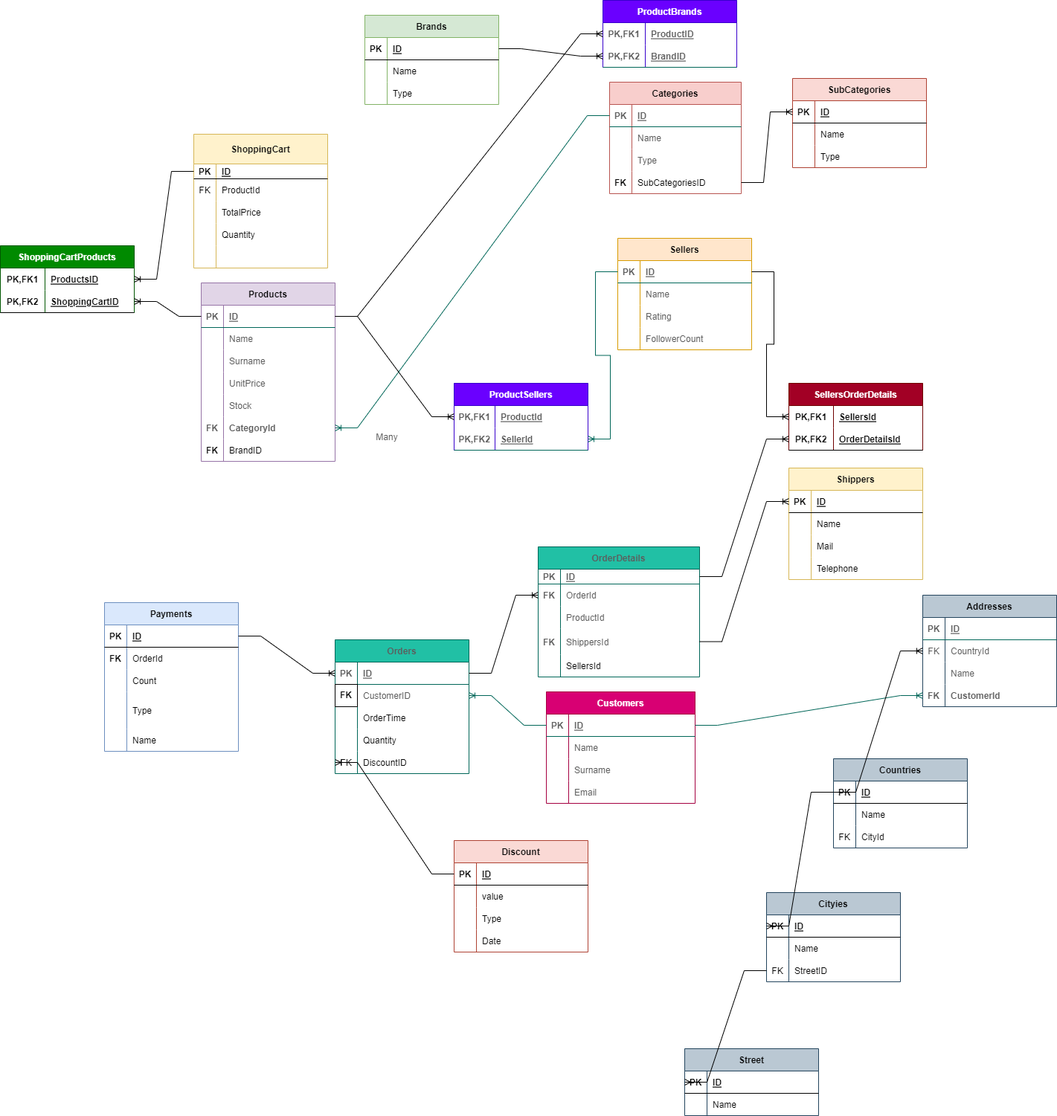
The draw.io diagram Untitled Diagram.drawio (1).drawio.png in Sedatkus/ma-n, before a commit. Source tidied: cells renumbered, new cells last; positions are measured from the earlier drawing's top-left corner, leaving out a move shared by most shapes.
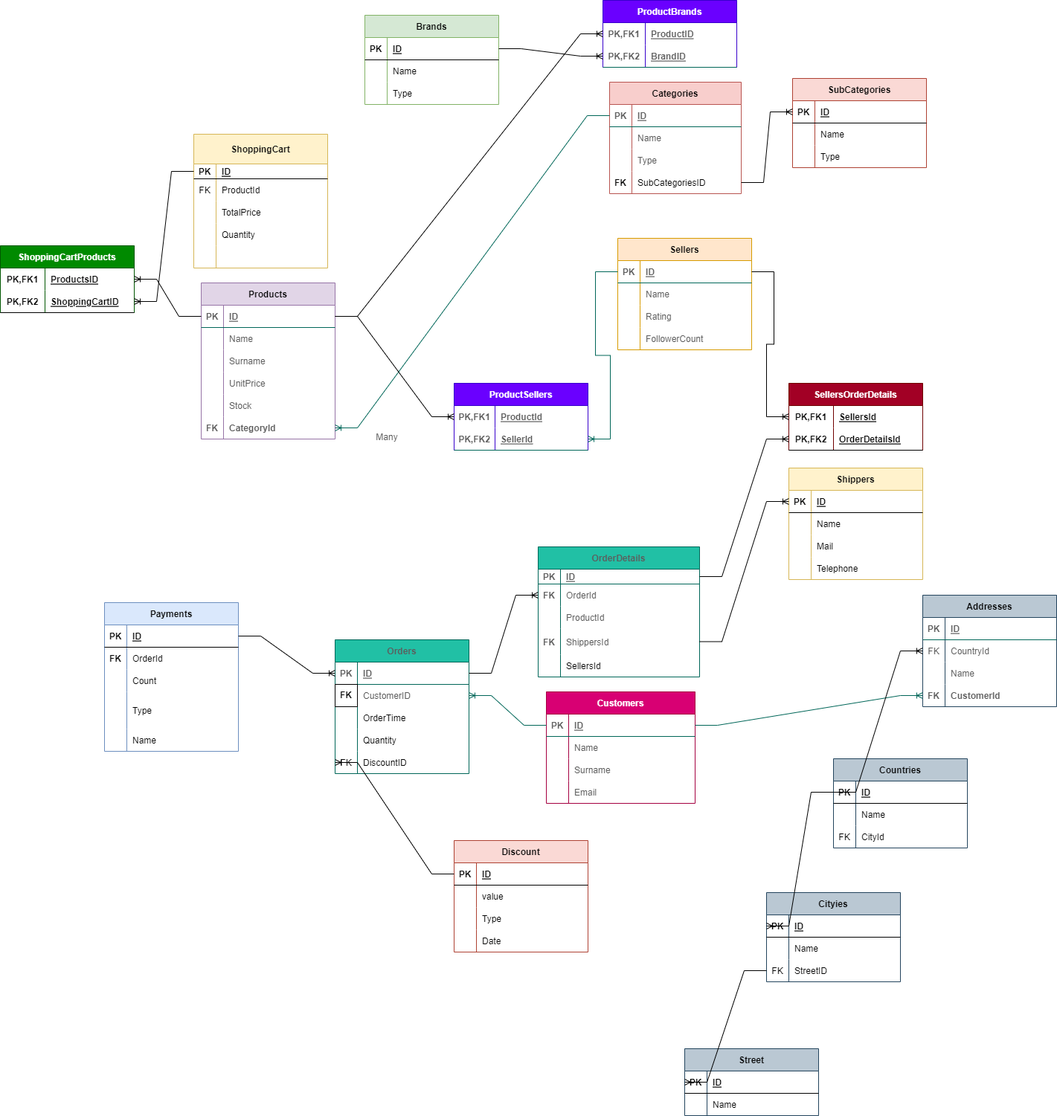
The same diagram one commit later.

The edit, as a diff of the source:
```diff
@@ -3,7 +3,7 @@
     <mxCell id="0" />
     <mxCell id="1" parent="0" />
     <mxCell id="2" value="Products" style="shape=table;startSize=30;rowLines=0;fontStyle=1;align=center;strokeColor=#9673a6;fillColor=#e1d5e7;" parent="1" vertex="1">
-      <mxGeometry x="270" y="380" width="180" height="240" as="geometry" />
+      <mxGeometry x="270" y="380" width="180" height="210" as="geometry" />
     </mxCell>
     <mxCell id="3" style="shape=tableRow;horizontal=0;startSize=0;swimlaneHead=0;swimlaneBody=0;fillColor=none;points=[[0,0.5],[1,0.5]];portConstraint=eastwest;top=0;left=0;right=0;bottom=1;strokeColor=#006658;fontColor=#5C5C5C;" parent="2" vertex="1">
       <mxGeometry y="30" width="180" height="30" as="geometry" />
@@ -59,15 +59,6 @@
     <mxCell id="20" value="CategoryId" style="shape=partialRectangle;fillColor=none;top=0;left=0;bottom=0;right=0;align=left;spacingLeft=6;overflow=hidden;fontStyle=1;strokeColor=#006658;fontColor=#5C5C5C;" parent="18" vertex="1">
       <mxGeometry x="30" width="150" height="30" as="geometry" />
     </mxCell>
-    <mxCell id="21" style="shape=tableRow;horizontal=0;startSize=0;swimlaneHead=0;swimlaneBody=0;fillColor=none;top=0;left=0;right=0;bottom=0;" parent="2" vertex="1">
-      <mxGeometry y="210" width="180" height="30" as="geometry" />
-    </mxCell>
-    <mxCell id="22" value="FK" style="shape=partialRectangle;fillColor=none;top=0;left=0;bottom=0;right=0;fontStyle=1;overflow=hidden;" parent="21" vertex="1">
-      <mxGeometry width="30" height="30" as="geometry" />
-    </mxCell>
-    <mxCell id="23" value="BrandID" style="shape=partialRectangle;fillColor=none;top=0;left=0;bottom=0;right=0;align=left;spacingLeft=6;fontStyle=0;overflow=hidden;" parent="21" vertex="1">
-      <mxGeometry x="30" width="150" height="30" as="geometry" />
-    </mxCell>
     <mxCell id="24" value="Categories" style="shape=table;startSize=30;rowLines=0;fontStyle=1;align=center;strokeColor=#b85450;fillColor=#f8cecc;" parent="1" vertex="1">
       <mxGeometry x="819" y="110" width="177" height="150" as="geometry" />
     </mxCell>
@@ -773,10 +764,10 @@
     <mxCell id="257" value="ShoppingCartID" style="shape=partialRectangle;fillColor=none;top=0;left=0;bottom=0;right=0;align=left;spacingLeft=6;fontStyle=5;overflow=hidden;" parent="255" vertex="1">
       <mxGeometry x="60" width="120" height="30" as="geometry" />
     </mxCell>
-    <mxCell id="258" style="edgeStyle=entityRelationEdgeStyle;fontSize=12;html=1;endArrow=ERoneToMany;rounded=0;entryX=1;entryY=0.5;entryDx=0;entryDy=0;exitX=0;exitY=0.5;exitDx=0;exitDy=0;" parent="1" edge="1" source="173" target="252">
+    <mxCell id="258" style="edgeStyle=entityRelationEdgeStyle;fontSize=12;html=1;endArrow=ERoneToMany;rounded=0;entryX=1;entryY=0.5;entryDx=0;entryDy=0;exitX=0;exitY=0.5;exitDx=0;exitDy=0;" parent="1" edge="1" source="173" target="255">
       <mxGeometry relative="1" as="geometry" />
     </mxCell>
-    <mxCell id="259" style="edgeStyle=entityRelationEdgeStyle;fontSize=12;html=1;endArrow=ERoneToMany;rounded=0;entryX=1;entryY=0.5;entryDx=0;entryDy=0;exitX=0;exitY=0.5;exitDx=0;exitDy=0;" parent="1" edge="1" source="3" target="255">
+    <mxCell id="259" style="edgeStyle=entityRelationEdgeStyle;fontSize=12;html=1;endArrow=ERoneToMany;rounded=0;exitX=0;exitY=0.5;exitDx=0;exitDy=0;entryX=1;entryY=0.5;entryDx=0;entryDy=0;" parent="1" edge="1" source="3" target="252">
       <mxGeometry relative="1" as="geometry" />
     </mxCell>
     <mxCell id="260" style="edgeStyle=entityRelationEdgeStyle;fontSize=12;html=1;endArrow=ERoneToMany;rounded=0;entryX=0;entryY=0.5;entryDx=0;entryDy=0;exitX=1;exitY=0.5;exitDx=0;exitDy=0;" parent="1" edge="1" source="104" target="236">
```
